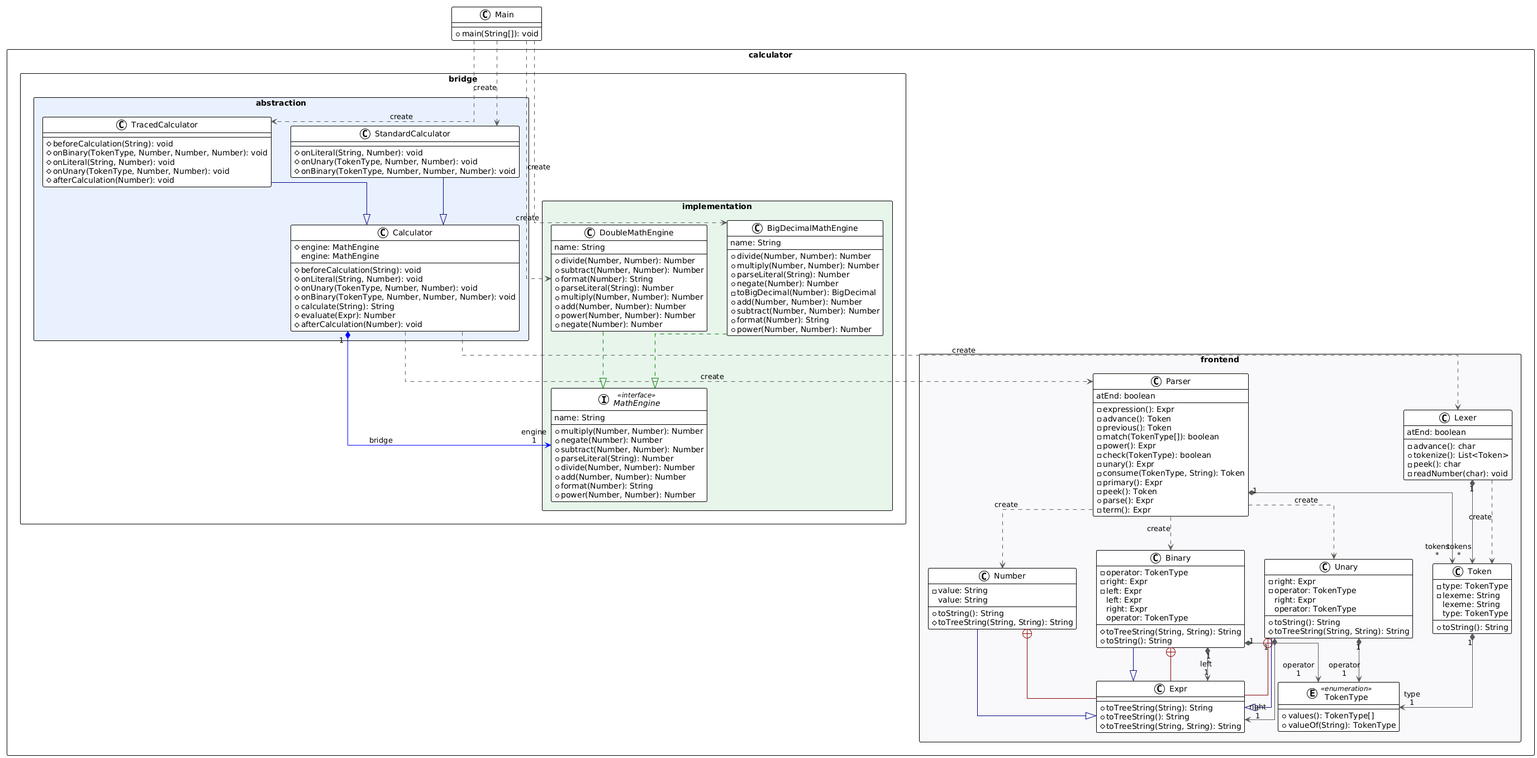
SailinEast/calculator-bridge-pattern keeps this PlantUML diagram as docs/uml_diagram.png. Above is the earlier version.
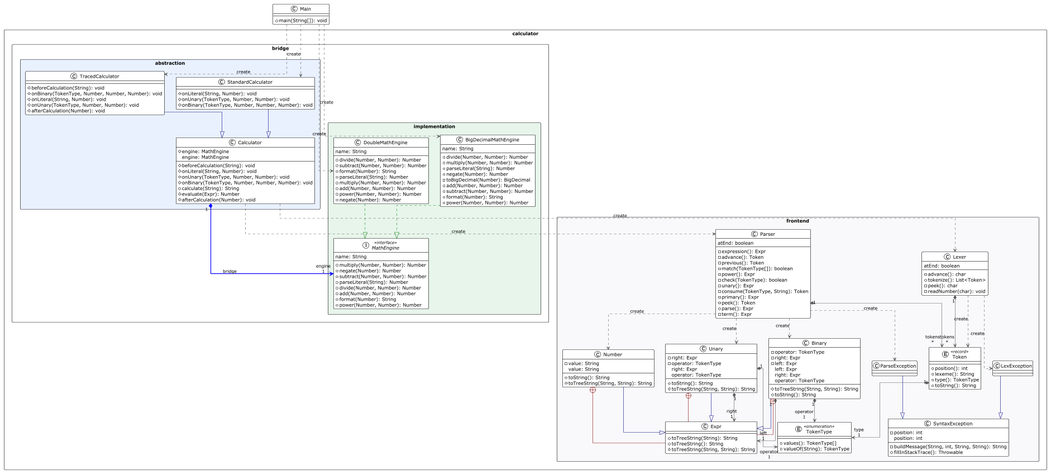
After the commit.

The edit, as a diff of the source:
```diff
@@ -5,12 +5,38 @@
 skinparam packageStyle rectangle
 
 package "calculator.frontend" #F8F9FA {
+
+  class SyntaxException {
+    - position: int
+    - buildMessage(String, int, String, String): String
+    + fillInStackTrace(): Throwable
+     position: int
+  }
+
+  class LexException
+  class ParseException
+
+  LexException          -[#000082,plain]-^  SyntaxException
+  ParseException        -[#000082,plain]-^  SyntaxException
+
   class Lexer {
     - advance(): char
     + tokenize(): List<Token>
     - peek(): char
     - readNumber(char): void
      atEnd: boolean
+  }
+
+  entity Token << record >> {
+    + position(): int
+    + lexeme(): String
+    + type(): TokenType
+    + toString(): String
+  }
+
+  enum TokenType << enumeration >> {
+    + values(): TokenType[]
+    + valueOf(String): TokenType
   }
 
   class Parser {
@@ -27,19 +53,6 @@
     + parse(): Expr
     - term(): Expr
      atEnd: boolean
-  }
-
-  class Token {
-    - type: TokenType
-    - lexeme: String
-    + toString(): String
-     lexeme: String
-     type: TokenType
-  }
-
-  enum TokenType << enumeration >> {
-    + values(): TokenType[]
-    + valueOf(String): TokenType
   }
 
   class Expr {
@@ -88,10 +101,12 @@
   Token                "1" *-[#595959,plain]-> "type\n1" TokenType
   Lexer                "1" *-[#595959,plain]-> "tokens\n*" Token
   Lexer                 -[#595959,dashed]->  Token                : "«create»"
+  Lexer                 -[#595959,dashed]->  LexException         : "«create»"
   Parser                -[#595959,dashed]->  Binary               : "«create»"
   Parser                -[#595959,dashed]->  Number               : "«create»"
+  Parser                -[#595959,dashed]->  Unary                : "«create»"
+  Parser                -[#595959,dashed]->  ParseException       : "«create»"
   Parser               "1" *-[#595959,plain]-> "tokens\n*" Token
-  Parser                -[#595959,dashed]->  Unary                : "«create»"
 }
 
 package "calculator.bridge" {
@@ -169,7 +184,7 @@
     BigDecimalMathEngine  -[#008200,dashed]-^  MathEngine
   }
 
-  Calculator "1" *-[#0000FF,plain]-> "engine\n1" MathEngine : "«bridge»"
+  Calculator "1" *-[#0000FF,bold]-> "engine\n1" MathEngine : "«bridge»"
 }
 
 class Main {
@@ -182,4 +197,5 @@
 Main                  -[#595959,dashed]->  BigDecimalMathEngine : "«create»"
 Main                  -[#595959,dashed]->  StandardCalculator   : "«create»"
 Main                  -[#595959,dashed]->  TracedCalculator     : "«create»"
+
 @enduml
```
